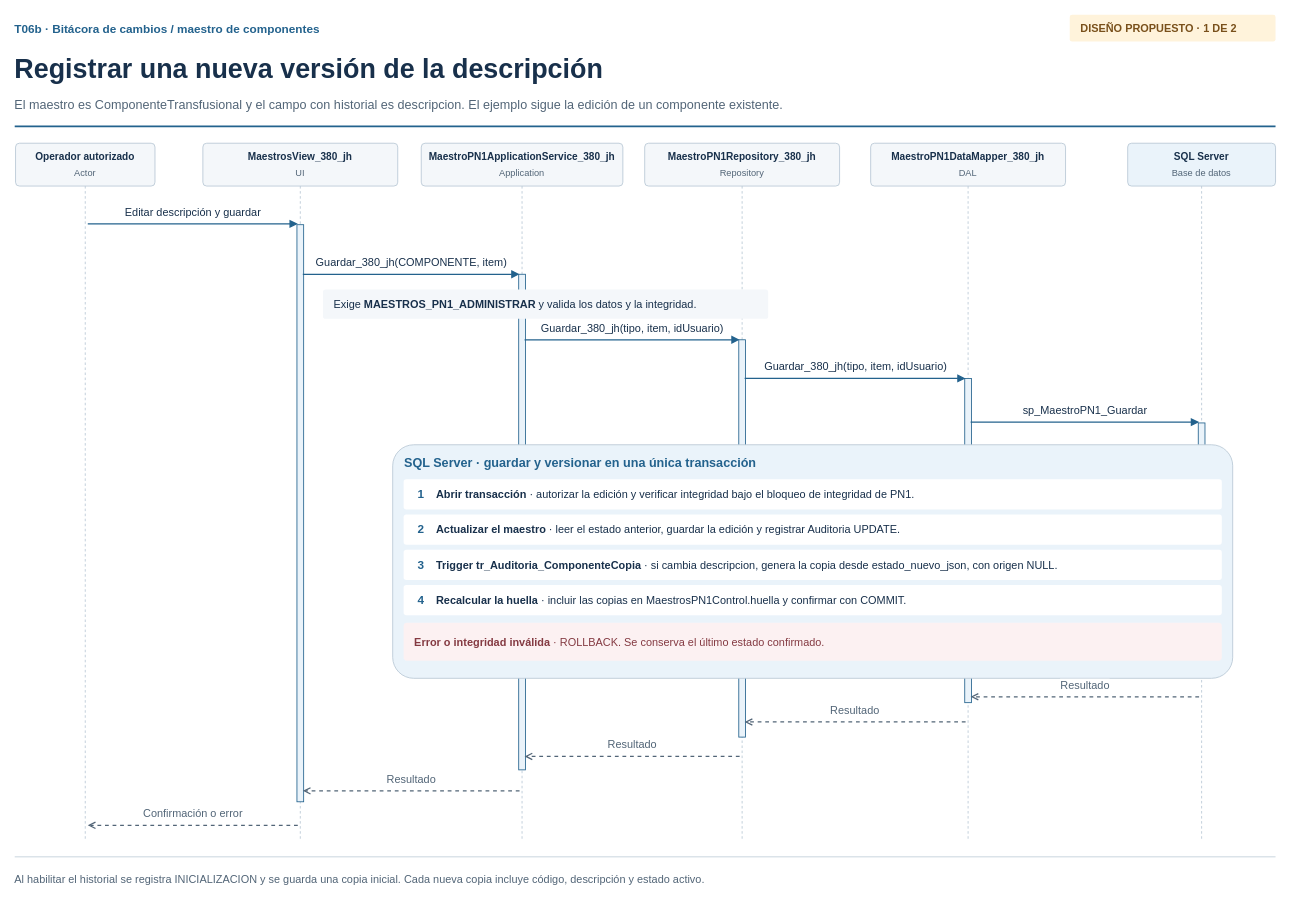
juanNH/Ingenieria-de-Software keeps this draw.io diagram as page "1. Registrar edición" (1 of 2) of Diagramas/Bitacora de cambios/T06b - Maestro de componentes - Secuencia.drawio. Above is the earlier version. Source tidied: cells renumbered, new cells numbered last; positions are measured from the earlier drawing's top-left corner, leaving out a move shared by most shapes. Both pictures are drawn from the tidied source at 84%, with x=0, y=0 at pixel (14, 14).
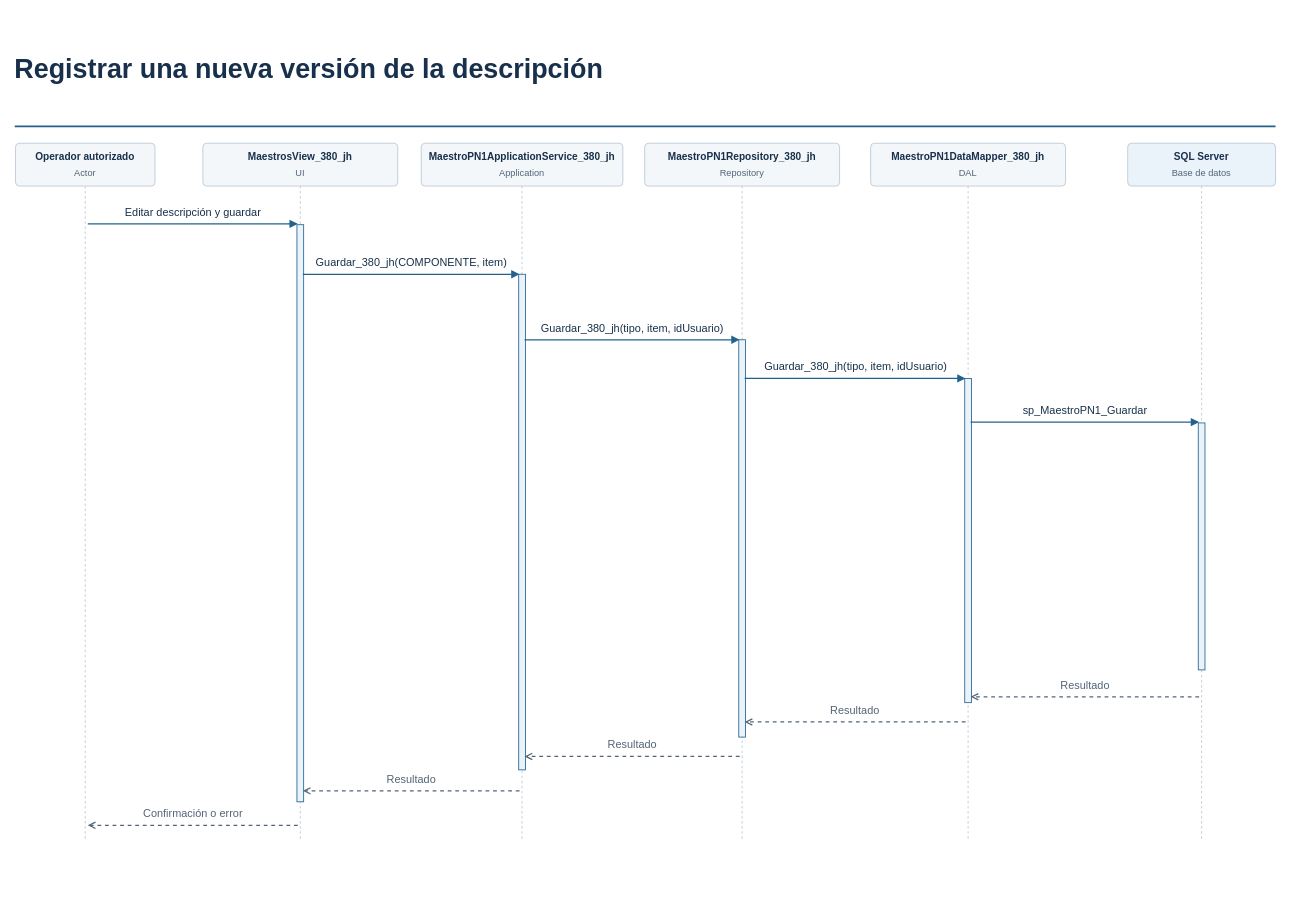
The same page after the edit.

The edit, as a diff of the source:
```diff
@@
-    <mxCell id="2" value="T06b · Bitácora de cambios / maestro de componentes" style="text;fontFamily=Arial;html=1;whiteSpace=wrap;strokeColor=none;fillColor=none;align=left;verticalAlign=middle;fontColor=#18304B;fontSize=15;spacing=0;fontSize=14;fontStyle=1;fontColor=#23628D;" parent="1" vertex="1">
-      <mxGeometry y="4" width="1130" height="25" as="geometry" />
-    </mxCell>
-    <mxCell id="3" style="rounded=1;arcSize=9;fontFamily=Arial;html=1;whiteSpace=wrap;fillColor=#FFF3DB;strokeColor=none;strokeWidth=1;" parent="1" vertex="1">
-      <mxGeometry x="1256" width="245" height="32" as="geometry" />
-    </mxCell>
-    <mxCell id="4" value="&lt;b&gt;DISEÑO PROPUESTO · 1 DE 2&lt;/b&gt;" style="text;fontFamily=Arial;html=1;whiteSpace=wrap;strokeColor=none;fillColor=none;align=left;verticalAlign=middle;fontColor=#18304B;fontSize=15;spacing=0;fontColor=#79501B;fontSize=13;" parent="1" vertex="1">
-      <mxGeometry x="1269" width="219" height="32" as="geometry" />
-    </mxCell>
@@
-    <mxCell id="6" value="El maestro es ComponenteTransfusional y el campo con historial es descripcion. El ejemplo sigue la edición de un componente existente." style="text;fontFamily=Arial;html=1;whiteSpace=wrap;strokeColor=none;fillColor=none;align=left;verticalAlign=middle;fontColor=#18304B;fontSize=15;spacing=0;fontSize=15;fontColor=#526577;" parent="1" vertex="1">
-      <mxGeometry y="94" width="1497" height="25" as="geometry" />
-    </mxCell>
@@
-    <mxCell id="39" style="rounded=1;arcSize=9;fontFamily=Arial;html=1;whiteSpace=wrap;fillColor=#F4F7FA;strokeColor=none;strokeWidth=1;" parent="1" vertex="1">
-      <mxGeometry x="367" y="327" width="530" height="35" as="geometry" />
-    </mxCell>
-    <mxCell id="40" value="Exige &lt;b&gt;MAESTROS_PN1_ADMINISTRAR&lt;/b&gt; y valida los datos y la integridad." style="text;fontFamily=Arial;html=1;whiteSpace=wrap;strokeColor=none;fillColor=none;align=left;verticalAlign=middle;fontColor=#18304B;fontSize=15;spacing=0;fontColor=#18304B;fontSize=13;" parent="1" vertex="1">
-      <mxGeometry x="380" y="327" width="504" height="35" as="geometry" />
-    </mxCell>
@@
-    <mxCell id="44" style="rounded=1;arcSize=9;fontFamily=Arial;html=1;whiteSpace=wrap;fillColor=#EAF3FA;strokeColor=#B8C7D4;strokeWidth=1;" parent="1" vertex="1">
-      <mxGeometry x="450" y="512" width="1000" height="278" as="geometry" />
-    </mxCell>
-    <mxCell id="45" value="SQL Server · guardar y versionar en una única transacción" style="text;fontFamily=Arial;html=1;whiteSpace=wrap;strokeColor=none;fillColor=none;align=left;verticalAlign=middle;fontColor=#18304B;fontSize=15;spacing=0;fontSize=15;fontStyle=1;fontColor=#23628D;" parent="1" vertex="1">
-      <mxGeometry x="464" y="521" width="972" height="24" as="geometry" />
-    </mxCell>
-    <mxCell id="46" style="rounded=1;arcSize=9;fontFamily=Arial;html=1;whiteSpace=wrap;fillColor=#FFFFFF;strokeColor=none;strokeWidth=1;" parent="1" vertex="1">
-      <mxGeometry x="463" y="553" width="974" height="36" as="geometry" />
-    </mxCell>
-    <mxCell id="47" value="1" style="text;fontFamily=Arial;html=1;whiteSpace=wrap;strokeColor=none;fillColor=none;align=left;verticalAlign=middle;fontColor=#18304B;fontSize=15;spacing=0;align=center;fontStyle=1;fontColor=#23628D;fontSize=14;" parent="1" vertex="1">
-      <mxGeometry x="470" y="553" width="28" height="36" as="geometry" />
-    </mxCell>
-    <mxCell id="48" value="&lt;b&gt;Abrir transacción&lt;/b&gt; · autorizar la edición y verificar integridad bajo el bloqueo de integridad de PN1." style="text;fontFamily=Arial;html=1;whiteSpace=wrap;strokeColor=none;fillColor=none;align=left;verticalAlign=middle;fontColor=#18304B;fontSize=15;spacing=0;fontSize=13;" parent="1" vertex="1">
-      <mxGeometry x="502" y="553" width="924" height="36" as="geometry" />
-    </mxCell>
-    <mxCell id="49" style="rounded=1;arcSize=9;fontFamily=Arial;html=1;whiteSpace=wrap;fillColor=#FFFFFF;strokeColor=none;strokeWidth=1;" parent="1" vertex="1">
-      <mxGeometry x="463" y="595" width="974" height="36" as="geometry" />
-    </mxCell>
-    <mxCell id="50" value="2" style="text;fontFamily=Arial;html=1;whiteSpace=wrap;strokeColor=none;fillColor=none;align=left;verticalAlign=middle;fontColor=#18304B;fontSize=15;spacing=0;align=center;fontStyle=1;fontColor=#23628D;fontSize=14;" parent="1" vertex="1">
-      <mxGeometry x="470" y="595" width="28" height="36" as="geometry" />
-    </mxCell>
-    <mxCell id="51" value="&lt;b&gt;Actualizar el maestro&lt;/b&gt; · leer el estado anterior, guardar la edición y registrar Auditoria UPDATE." style="text;fontFamily=Arial;html=1;whiteSpace=wrap;strokeColor=none;fillColor=none;align=left;verticalAlign=middle;fontColor=#18304B;fontSize=15;spacing=0;fontSize=13;" parent="1" vertex="1">
-      <mxGeometry x="502" y="595" width="924" height="36" as="geometry" />
-    </mxCell>
-    <mxCell id="52" style="rounded=1;arcSize=9;fontFamily=Arial;html=1;whiteSpace=wrap;fillColor=#FFFFFF;strokeColor=none;strokeWidth=1;" parent="1" vertex="1">
-      <mxGeometry x="463" y="637" width="974" height="36" as="geometry" />
-    </mxCell>
-    <mxCell id="53" value="3" style="text;fontFamily=Arial;html=1;whiteSpace=wrap;strokeColor=none;fillColor=none;align=left;verticalAlign=middle;fontColor=#18304B;fontSize=15;spacing=0;align=center;fontStyle=1;fontColor=#23628D;fontSize=14;" parent="1" vertex="1">
-      <mxGeometry x="470" y="637" width="28" height="36" as="geometry" />
-    </mxCell>
-    <mxCell id="54" value="&lt;b&gt;Trigger tr_Auditoria_ComponenteCopia&lt;/b&gt; · si cambia descripcion, genera la copia desde estado_nuevo_json, con origen NULL." style="text;fontFamily=Arial;html=1;whiteSpace=wrap;strokeColor=none;fillColor=none;align=left;verticalAlign=middle;fontColor=#18304B;fontSize=15;spacing=0;fontSize=13;" parent="1" vertex="1">
-      <mxGeometry x="502" y="637" width="924" height="36" as="geometry" />
-    </mxCell>
-    <mxCell id="55" style="rounded=1;arcSize=9;fontFamily=Arial;html=1;whiteSpace=wrap;fillColor=#FFFFFF;strokeColor=none;strokeWidth=1;" parent="1" vertex="1">
-      <mxGeometry x="463" y="679" width="974" height="36" as="geometry" />
-    </mxCell>
-    <mxCell id="56" value="4" style="text;fontFamily=Arial;html=1;whiteSpace=wrap;strokeColor=none;fillColor=none;align=left;verticalAlign=middle;fontColor=#18304B;fontSize=15;spacing=0;align=center;fontStyle=1;fontColor=#23628D;fontSize=14;" parent="1" vertex="1">
-      <mxGeometry x="470" y="679" width="28" height="36" as="geometry" />
-    </mxCell>
-    <mxCell id="57" value="&lt;b&gt;Recalcular la huella&lt;/b&gt; · incluir las copias en MaestrosPN1Control.huella y confirmar con COMMIT." style="text;fontFamily=Arial;html=1;whiteSpace=wrap;strokeColor=none;fillColor=none;align=left;verticalAlign=middle;fontColor=#18304B;fontSize=15;spacing=0;fontSize=13;" parent="1" vertex="1">
-      <mxGeometry x="502" y="679" width="924" height="36" as="geometry" />
-    </mxCell>
-    <mxCell id="58" style="rounded=1;arcSize=9;fontFamily=Arial;html=1;whiteSpace=wrap;fillColor=#FCF1F2;strokeColor=none;strokeWidth=1;" parent="1" vertex="1">
-      <mxGeometry x="463" y="724" width="974" height="45" as="geometry" />
-    </mxCell>
-    <mxCell id="59" value="&lt;b&gt;Error o integridad inválida&lt;/b&gt; · ROLLBACK. Se conserva el último estado confirmado." style="text;fontFamily=Arial;html=1;whiteSpace=wrap;strokeColor=none;fillColor=none;align=left;verticalAlign=middle;fontColor=#18304B;fontSize=15;spacing=0;fontColor=#843A42;fontSize=13;" parent="1" vertex="1">
-      <mxGeometry x="476" y="724" width="948" height="45" as="geometry" />
-    </mxCell>
@@
-    <mxCell id="65" style="rounded=1;arcSize=9;fontFamily=Arial;html=1;whiteSpace=wrap;fillColor=#B8C7D4;strokeColor=none;strokeWidth=1;" parent="1" vertex="1">
-      <mxGeometry y="1002" width="1501" height="1" as="geometry" />
-    </mxCell>
-    <mxCell id="66" value="Al habilitar el historial se registra INICIALIZACION y se guarda una copia inicial. Cada nueva copia incluye código, descripción y estado activo." style="text;fontFamily=Arial;html=1;whiteSpace=wrap;strokeColor=none;fillColor=none;align=left;verticalAlign=middle;fontColor=#18304B;fontSize=15;spacing=0;fontSize=13;fontColor=#526577;" parent="1" vertex="1">
-      <mxGeometry y="1013" width="1501" height="32" as="geometry" />
-    </mxCell>
```
